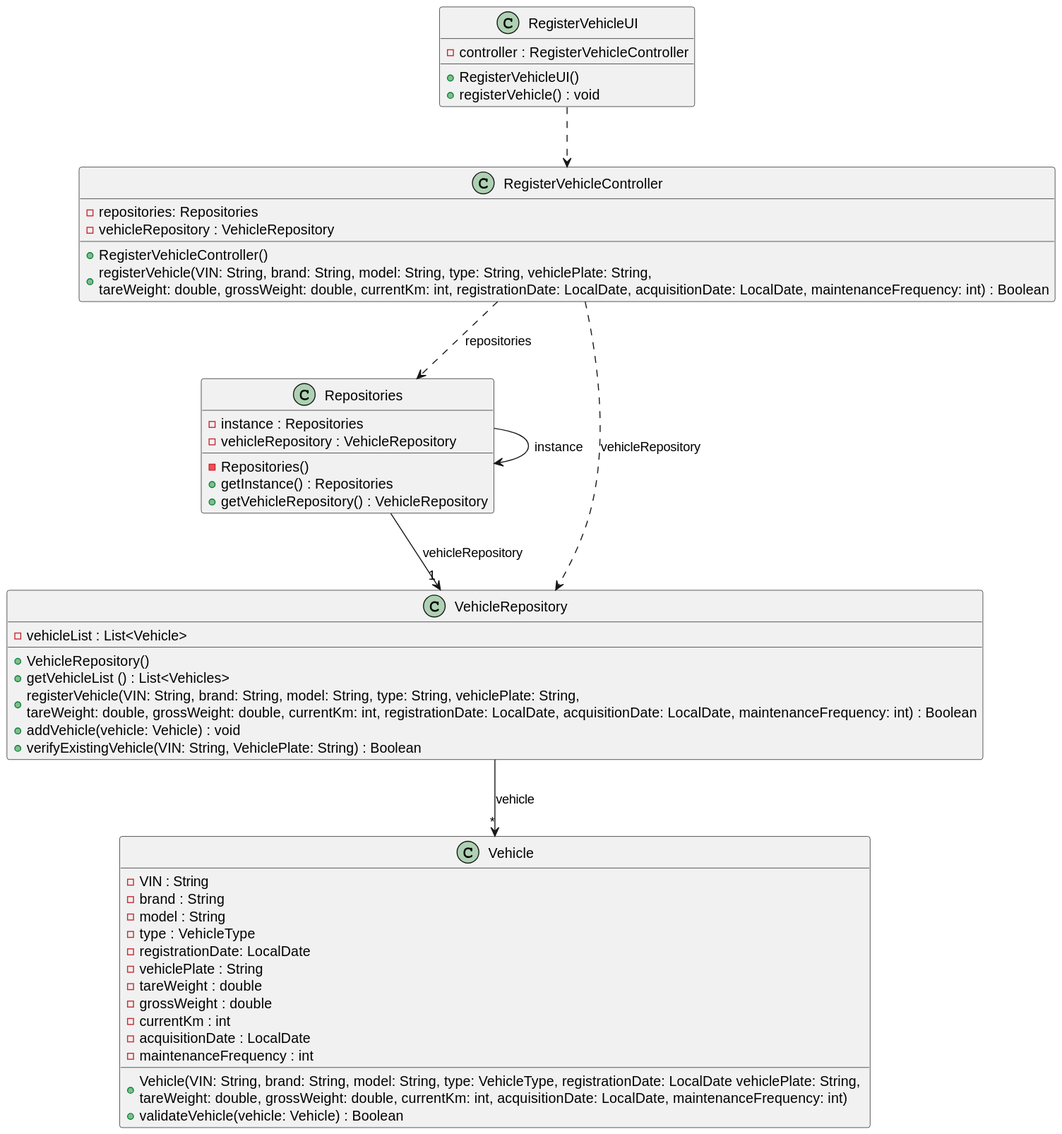
This is docs/sprintC/us006/03.design/svg/us006-class-diagram.svg from ricardomm7/leaflink, a PlantUML export, as it was before one commit.
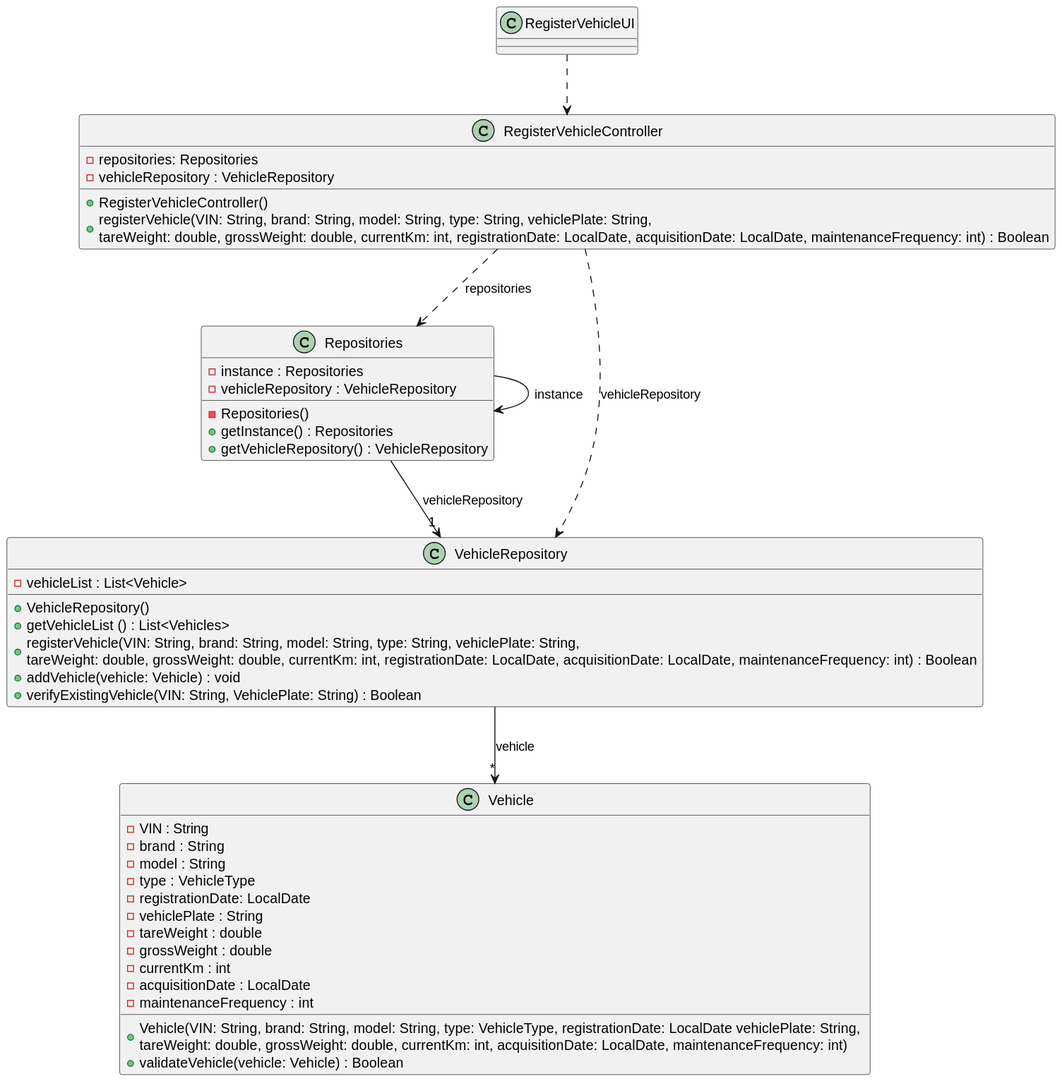
The same diagram one commit later.

Diff of the diagram source:
```diff
@@ -4,9 +4,6 @@
 
 
     class RegisterVehicleUI {
-        - controller : RegisterVehicleController
-        + RegisterVehicleUI()
-        + registerVehicle() : void
     }
 
     class RegisterVehicleController {
```
